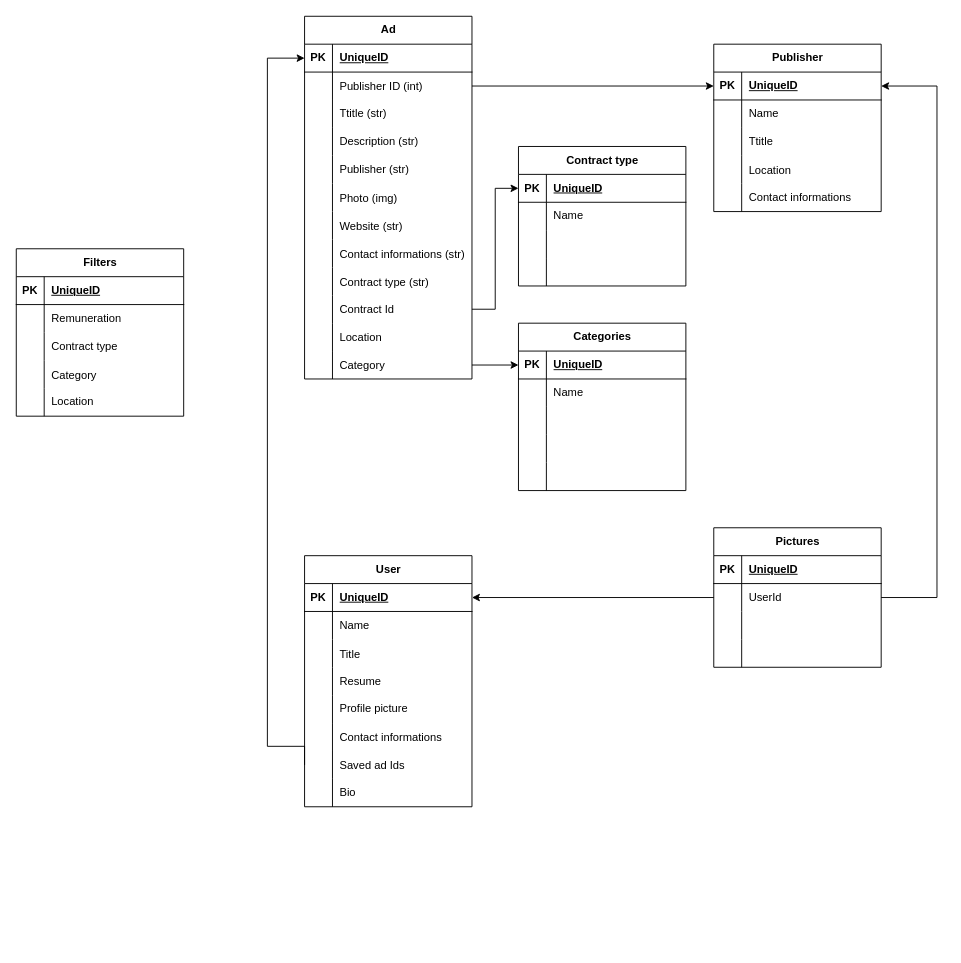
The draw.io diagram Brainstorm/UML.drawio in rhtrplx/JobBoard, before the edit. Source tidied: cells renumbered, new cells numbered last; positions are measured from the earlier drawing's top-left corner, leaving out a move shared by most shapes. Both pictures are drawn from the tidied source at 93%, with x=0, y=0 at pixel (16, 16).
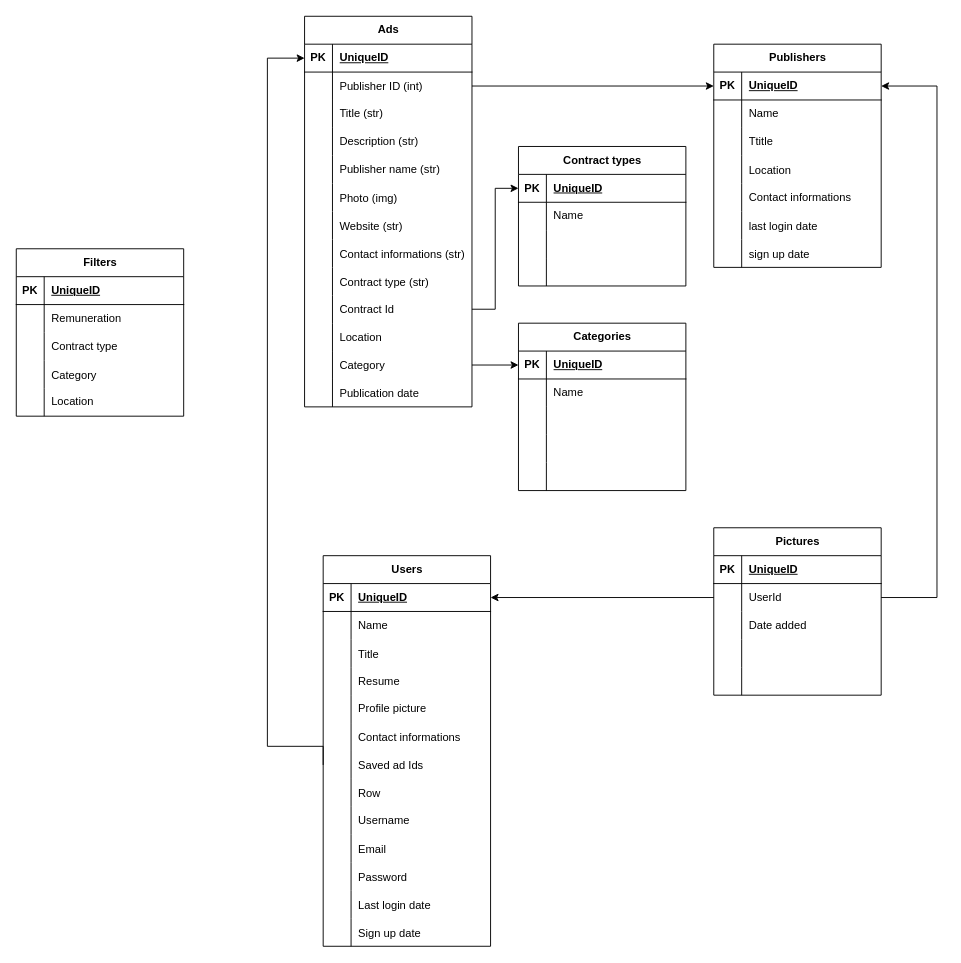
The same page after the edit.

The change refers to these unchanged cells:
```xml
<mxCell id="9" style="shape=tableRow;horizontal=0;startSize=0;swimlaneHead=0;swimlaneBody=0;fillColor=none;top=0;left=0;right=0;bottom=0;" parent="2" vertex="1">
  <mxGeometry y="90" width="180" height="30" as="geometry" />
</mxCell>
<mxCell id="15" style="shape=tableRow;horizontal=0;startSize=0;swimlaneHead=0;swimlaneBody=0;fillColor=none;top=0;left=0;right=0;bottom=0;" parent="2" vertex="1">
  <mxGeometry y="150" width="180" height="30" as="geometry" />
</mxCell>
<mxCell id="104" style="shape=tableRow;horizontal=0;startSize=0;swimlaneHead=0;swimlaneBody=0;fillColor=none;top=0;left=0;right=0;bottom=0;" parent="97" vertex="1">
  <mxGeometry y="90" width="180" height="30" as="geometry" />
</mxCell>
```

Change to the diagram source:
```diff
@@
-    <mxCell id="2" value="Ad" style="shape=table;startSize=30;childLayout=tableLayout;rowLines=0;fontStyle=1;align=center;html=1;" parent="1" vertex="1">
-      <mxGeometry x="310" width="180" height="390" as="geometry" />
+    <mxCell id="2" value="Ads" style="shape=table;startSize=30;childLayout=tableLayout;rowLines=0;fontStyle=1;align=center;html=1;" parent="1" vertex="1">
+      <mxGeometry x="310" width="180" height="420" as="geometry" />
     </mxCell>
@@
-    <mxCell id="11" value="Ttitle (str)" style="shape=partialRectangle;fillColor=none;top=0;left=0;bottom=0;right=0;align=left;spacingLeft=6;overflow=hidden;whiteSpace=wrap;html=1;" parent="9" vertex="1">
+    <mxCell id="11" value="Title (str)" style="shape=partialRectangle;fillColor=none;top=0;left=0;bottom=0;right=0;align=left;spacingLeft=6;overflow=hidden;whiteSpace=wrap;html=1;" parent="9" vertex="1">
       <mxGeometry x="30" width="150" height="30" as="geometry" />
     </mxCell>
@@
-    <mxCell id="17" value="Publisher (str)" style="shape=partialRectangle;fillColor=none;top=0;left=0;bottom=0;right=0;align=left;spacingLeft=6;overflow=hidden;whiteSpace=wrap;html=1;" parent="15" vertex="1">
+    <mxCell id="17" value="Publisher name (str)" style="shape=partialRectangle;fillColor=none;top=0;left=0;bottom=0;right=0;align=left;spacingLeft=6;overflow=hidden;whiteSpace=wrap;html=1;" parent="15" vertex="1">
       <mxGeometry x="30" width="150" height="30" as="geometry" />
     </mxCell>
@@
+    <mxCell id="144" style="shape=tableRow;horizontal=0;startSize=0;swimlaneHead=0;swimlaneBody=0;fillColor=none;top=0;left=0;right=0;bottom=0;" parent="2" vertex="1">
+      <mxGeometry y="390" width="180" height="30" as="geometry" />
+    </mxCell>
+    <mxCell id="145" style="shape=partialRectangle;fillColor=none;top=0;left=0;bottom=0;right=0;overflow=hidden;" parent="144" vertex="1">
+      <mxGeometry width="30" height="30" as="geometry" />
+    </mxCell>
+    <mxCell id="146" value="Publication date" style="shape=partialRectangle;fillColor=none;top=0;left=0;bottom=0;right=0;align=left;spacingLeft=6;overflow=hidden;" parent="144" vertex="1">
+      <mxGeometry x="30" width="150" height="30" as="geometry" />
+    </mxCell>
-    <mxCell id="39" value="User" style="shape=table;startSize=30;childLayout=tableLayout;rowLines=0;fontStyle=1;align=center;html=1;" parent="1" vertex="1">
-      <mxGeometry x="310" y="580" width="180" height="270" as="geometry" />
+    <mxCell id="39" value="Users" style="shape=table;startSize=30;childLayout=tableLayout;rowLines=0;fontStyle=1;align=center;html=1;" parent="1" vertex="1">
+      <mxGeometry x="330" y="580" width="180" height="420" as="geometry" />
     </mxCell>
@@
+    <mxCell id="147" style="shape=tableRow;horizontal=0;startSize=0;swimlaneHead=0;swimlaneBody=0;fillColor=none;top=0;left=0;right=0;bottom=0;" parent="39" vertex="1">
+      <mxGeometry y="240" width="180" height="30" as="geometry" />
+    </mxCell>
+    <mxCell id="148" style="shape=partialRectangle;fillColor=none;top=0;left=0;bottom=0;right=0;overflow=hidden;" parent="147" vertex="1">
+      <mxGeometry width="30" height="30" as="geometry" />
+    </mxCell>
+    <mxCell id="149" value="Row" style="shape=partialRectangle;fillColor=none;top=0;left=0;bottom=0;right=0;align=left;spacingLeft=6;overflow=hidden;" parent="147" vertex="1">
+      <mxGeometry x="30" width="150" height="30" as="geometry" />
+    </mxCell>
     <mxCell id="61" style="shape=tableRow;horizontal=0;startSize=0;swimlaneHead=0;swimlaneBody=0;fillColor=none;top=0;left=0;right=0;bottom=0;" parent="39" vertex="1">
-      <mxGeometry y="240" width="180" height="30" as="geometry" />
+      <mxGeometry y="270" width="180" height="30" as="geometry" />
     </mxCell>
@@
-    <mxCell id="63" value="Bio" style="shape=partialRectangle;fillColor=none;top=0;left=0;bottom=0;right=0;align=left;spacingLeft=6;overflow=hidden;whiteSpace=wrap;html=1;" parent="61" vertex="1">
+    <mxCell id="63" value="Username" style="shape=partialRectangle;fillColor=none;top=0;left=0;bottom=0;right=0;align=left;spacingLeft=6;overflow=hidden;whiteSpace=wrap;html=1;" parent="61" vertex="1">
       <mxGeometry x="30" width="150" height="30" as="geometry" />
     </mxCell>
+    <mxCell id="150" style="shape=tableRow;horizontal=0;startSize=0;swimlaneHead=0;swimlaneBody=0;fillColor=none;top=0;left=0;right=0;bottom=0;" parent="39" vertex="1">
+      <mxGeometry y="300" width="180" height="30" as="geometry" />
+    </mxCell>
+    <mxCell id="151" style="shape=partialRectangle;fillColor=none;top=0;left=0;bottom=0;right=0;overflow=hidden;" parent="150" vertex="1">
+      <mxGeometry width="30" height="30" as="geometry" />
+    </mxCell>
+    <mxCell id="152" value="Email" style="shape=partialRectangle;fillColor=none;top=0;left=0;bottom=0;right=0;align=left;spacingLeft=6;overflow=hidden;" parent="150" vertex="1">
+      <mxGeometry x="30" width="150" height="30" as="geometry" />
+    </mxCell>
+    <mxCell id="153" style="shape=tableRow;horizontal=0;startSize=0;swimlaneHead=0;swimlaneBody=0;fillColor=none;top=0;left=0;right=0;bottom=0;" parent="39" vertex="1">
+      <mxGeometry y="330" width="180" height="30" as="geometry" />
+    </mxCell>
+    <mxCell id="154" style="shape=partialRectangle;fillColor=none;top=0;left=0;bottom=0;right=0;overflow=hidden;" parent="153" vertex="1">
+      <mxGeometry width="30" height="30" as="geometry" />
+    </mxCell>
+    <mxCell id="155" value="Password" style="shape=partialRectangle;fillColor=none;top=0;left=0;bottom=0;right=0;align=left;spacingLeft=6;overflow=hidden;" parent="153" vertex="1">
+      <mxGeometry x="30" width="150" height="30" as="geometry" />
+    </mxCell>
+    <mxCell id="156" style="shape=tableRow;horizontal=0;startSize=0;swimlaneHead=0;swimlaneBody=0;fillColor=none;top=0;left=0;right=0;bottom=0;" parent="39" vertex="1">
+      <mxGeometry y="360" width="180" height="30" as="geometry" />
+    </mxCell>
+    <mxCell id="157" style="shape=partialRectangle;fillColor=none;top=0;left=0;bottom=0;right=0;overflow=hidden;" parent="156" vertex="1">
+      <mxGeometry width="30" height="30" as="geometry" />
+    </mxCell>
+    <mxCell id="158" value="Last login date" style="shape=partialRectangle;fillColor=none;top=0;left=0;bottom=0;right=0;align=left;spacingLeft=6;overflow=hidden;" parent="156" vertex="1">
+      <mxGeometry x="30" width="150" height="30" as="geometry" />
+    </mxCell>
+    <mxCell id="159" style="shape=tableRow;horizontal=0;startSize=0;swimlaneHead=0;swimlaneBody=0;fillColor=none;top=0;left=0;right=0;bottom=0;" parent="39" vertex="1">
+      <mxGeometry y="390" width="180" height="30" as="geometry" />
+    </mxCell>
+    <mxCell id="160" style="shape=partialRectangle;fillColor=none;top=0;left=0;bottom=0;right=0;overflow=hidden;" parent="159" vertex="1">
+      <mxGeometry width="30" height="30" as="geometry" />
+    </mxCell>
+    <mxCell id="161" value="Sign up date" style="shape=partialRectangle;fillColor=none;top=0;left=0;bottom=0;right=0;align=left;spacingLeft=6;overflow=hidden;" parent="159" vertex="1">
+      <mxGeometry x="30" width="150" height="30" as="geometry" />
+    </mxCell>
-    <mxCell id="64" value="Publisher" style="shape=table;startSize=30;childLayout=tableLayout;rowLines=0;fontStyle=1;align=center;html=1;" parent="1" vertex="1">
-      <mxGeometry x="750" y="30" width="180" height="180" as="geometry" />
+    <mxCell id="64" value="Publishers" style="shape=table;startSize=30;childLayout=tableLayout;rowLines=0;fontStyle=1;align=center;html=1;" parent="1" vertex="1">
+      <mxGeometry x="750" y="30" width="180" height="240" as="geometry" />
     </mxCell>
@@
+    <mxCell id="162" style="shape=tableRow;horizontal=0;startSize=0;swimlaneHead=0;swimlaneBody=0;fillColor=none;top=0;left=0;right=0;bottom=0;" parent="64" vertex="1">
+      <mxGeometry y="180" width="180" height="30" as="geometry" />
+    </mxCell>
+    <mxCell id="163" style="shape=partialRectangle;fillColor=none;top=0;left=0;bottom=0;right=0;overflow=hidden;" parent="162" vertex="1">
+      <mxGeometry width="30" height="30" as="geometry" />
+    </mxCell>
+    <mxCell id="164" value="last login date" style="shape=partialRectangle;fillColor=none;top=0;left=0;bottom=0;right=0;align=left;spacingLeft=6;overflow=hidden;" parent="162" vertex="1">
+      <mxGeometry x="30" width="150" height="30" as="geometry" />
+    </mxCell>
+    <mxCell id="165" style="shape=tableRow;horizontal=0;startSize=0;swimlaneHead=0;swimlaneBody=0;fillColor=none;top=0;left=0;right=0;bottom=0;" parent="64" vertex="1">
+      <mxGeometry y="210" width="180" height="30" as="geometry" />
+    </mxCell>
+    <mxCell id="166" style="shape=partialRectangle;fillColor=none;top=0;left=0;bottom=0;right=0;overflow=hidden;" parent="165" vertex="1">
+      <mxGeometry width="30" height="30" as="geometry" />
+    </mxCell>
+    <mxCell id="167" value="sign up date" style="shape=partialRectangle;fillColor=none;top=0;left=0;bottom=0;right=0;align=left;spacingLeft=6;overflow=hidden;" parent="165" vertex="1">
+      <mxGeometry x="30" width="150" height="30" as="geometry" />
+    </mxCell>
@@
     <mxCell id="97" value="Pictures" style="shape=table;startSize=30;childLayout=tableLayout;rowLines=0;fontStyle=1;align=center;html=1;" parent="1" vertex="1">
-      <mxGeometry x="750" y="550" width="180" height="150" as="geometry" />
+      <mxGeometry x="750" y="550" width="180" height="180" as="geometry" />
     </mxCell>
@@
-    <mxCell id="106" style="shape=partialRectangle;fillColor=none;top=0;left=0;bottom=0;right=0;align=left;spacingLeft=6;overflow=hidden;whiteSpace=wrap;html=1;" parent="104" vertex="1">
+    <mxCell id="106" value="Date added" style="shape=partialRectangle;fillColor=none;top=0;left=0;bottom=0;right=0;align=left;spacingLeft=6;overflow=hidden;whiteSpace=wrap;html=1;" parent="104" vertex="1">
       <mxGeometry x="30" width="150" height="30" as="geometry" />
     </mxCell>
+    <mxCell id="168" style="shape=tableRow;horizontal=0;startSize=0;swimlaneHead=0;swimlaneBody=0;fillColor=none;top=0;left=0;right=0;bottom=0;" parent="97" vertex="1">
+      <mxGeometry y="120" width="180" height="30" as="geometry" />
+    </mxCell>
+    <mxCell id="169" style="shape=partialRectangle;fillColor=none;top=0;left=0;bottom=0;right=0;overflow=hidden;" parent="168" vertex="1">
+      <mxGeometry width="30" height="30" as="geometry" />
+    </mxCell>
+    <mxCell id="170" style="shape=partialRectangle;fillColor=none;top=0;left=0;bottom=0;right=0;align=left;spacingLeft=6;overflow=hidden;" parent="168" vertex="1">
+      <mxGeometry x="30" width="150" height="30" as="geometry" />
+    </mxCell>
     <mxCell id="107" style="shape=tableRow;horizontal=0;startSize=0;swimlaneHead=0;swimlaneBody=0;fillColor=none;top=0;left=0;right=0;bottom=0;" parent="97" vertex="1">
-      <mxGeometry y="120" width="180" height="30" as="geometry" />
+      <mxGeometry y="150" width="180" height="30" as="geometry" />
     </mxCell>
@@
-    <mxCell id="112" value="Contract type" style="shape=table;startSize=30;childLayout=tableLayout;rowLines=0;fontStyle=1;align=center;html=1;" parent="1" vertex="1">
+    <mxCell id="112" value="Contract types" style="shape=table;startSize=30;childLayout=tableLayout;rowLines=0;fontStyle=1;align=center;html=1;" parent="1" vertex="1">
       <mxGeometry x="540" y="140" width="180" height="150" as="geometry" />
     </mxCell>
```
